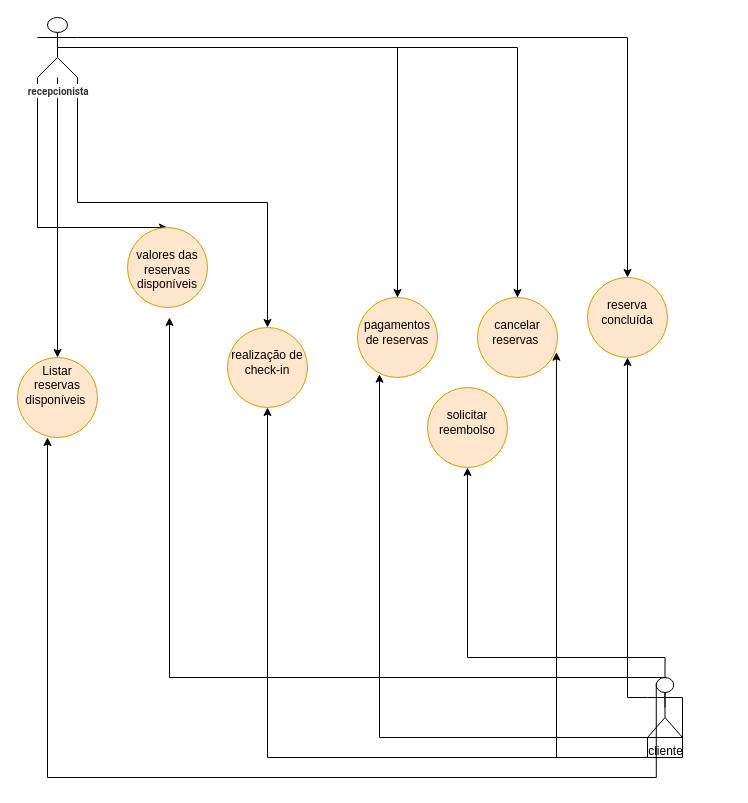
This is page "Página-3" (3 of 7) of Diagrama sem nome.drawio from Thallys28/diagramasderequisitos, a draw.io file, before an edit. Source tidied: cells renumbered, new cells numbered last; positions are measured from the earlier drawing's top-left corner, leaving out a move shared by most shapes. Both pictures are drawn from the tidied source at 100%, with x=0, y=0 at pixel (17, 17).
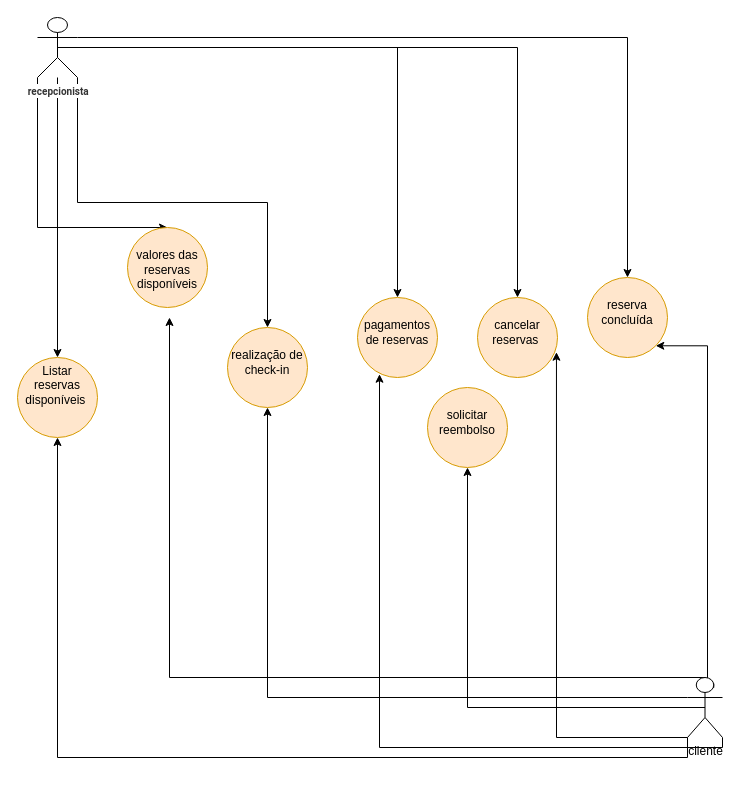
The same page after the edit.

The change refers to these unchanged cells:
```xml
<mxCell id="15" value="Listar reservas disponíveis&amp;nbsp;" style="ellipse;whiteSpace=wrap;html=1;verticalAlign=top;fillColor=#ffe6cc;strokeColor=#d79b00;" parent="1" vertex="1">
  <mxGeometry y="340" width="80" height="80" as="geometry" />
</mxCell>
<mxCell id="17" value="&lt;div&gt;&lt;br&gt;&lt;/div&gt;pagamentos de reservas" style="ellipse;whiteSpace=wrap;html=1;verticalAlign=top;fillColor=#ffe6cc;strokeColor=#d79b00;" parent="1" vertex="1">
  <mxGeometry x="340" y="280" width="80" height="80" as="geometry" />
</mxCell>
<mxCell id="18" value="&amp;nbsp;&lt;div&gt;realização de check-in&lt;/div&gt;" style="ellipse;whiteSpace=wrap;html=1;verticalAlign=top;fillColor=#ffe6cc;strokeColor=#d79b00;" parent="1" vertex="1">
  <mxGeometry x="210" y="310" width="80" height="80" as="geometry" />
</mxCell>
<mxCell id="19" value="&lt;div&gt;&lt;br&gt;&lt;/div&gt;solicitar reembolso" style="ellipse;whiteSpace=wrap;html=1;verticalAlign=top;fillColor=#ffe6cc;strokeColor=#d79b00;" parent="1" vertex="1">
  <mxGeometry x="410" y="370" width="80" height="80" as="geometry" />
</mxCell>
<mxCell id="20" value="&lt;div&gt;&lt;br&gt;&lt;/div&gt;reserva concluída" style="ellipse;whiteSpace=wrap;html=1;verticalAlign=top;fillColor=#ffe6cc;strokeColor=#d79b00;" parent="1" vertex="1">
  <mxGeometry x="570" y="260" width="80" height="80" as="geometry" />
</mxCell>
<mxCell id="21" value="&lt;div&gt;&lt;br&gt;&lt;/div&gt;cancelar reservas&amp;nbsp;" style="ellipse;whiteSpace=wrap;html=1;verticalAlign=top;fillColor=#ffe6cc;strokeColor=#d79b00;" parent="1" vertex="1">
  <mxGeometry x="460" y="280" width="80" height="80" as="geometry" />
</mxCell>
```

Diff of the diagram source:
```diff
@@
-    <mxCell id="9" style="edgeStyle=orthogonalEdgeStyle;rounded=0;jettySize=auto;html=1;exitX=0.25;exitY=0.1;exitDx=0;exitDy=0;exitPerimeter=0;entryX=0.375;entryY=1;entryDx=0;entryDy=0;entryPerimeter=0;" parent="1" edge="1" source="14" target="15">
-      <mxGeometry relative="1" as="geometry">
-        <Array as="points">
-          <mxPoint x="639" y="760" />
-          <mxPoint x="30" y="760" />
-        </Array>
-      </mxGeometry>
-    </mxCell>
@@
-    <mxCell id="11" style="edgeStyle=orthogonalEdgeStyle;rounded=0;jettySize=auto;html=1;exitX=1;exitY=0.3333333333333333;exitDx=0;exitDy=0;exitPerimeter=0;entryX=0.5;entryY=1;entryDx=0;entryDy=0;" parent="1" edge="1" source="14" target="18">
-      <mxGeometry relative="1" as="geometry">
-        <Array as="points">
-          <mxPoint x="665" y="740" />
-          <mxPoint x="250" y="740" />
-        </Array>
-      </mxGeometry>
-    </mxCell>
     <mxCell id="12" style="edgeStyle=orthogonalEdgeStyle;rounded=0;jettySize=auto;html=1;exitX=0.5;exitY=0.5;exitDx=0;exitDy=0;exitPerimeter=0;" parent="1" edge="1" source="14" target="19">
       <mxGeometry relative="1" as="geometry">
         <Array as="points">
-          <mxPoint x="648" y="640" />
-          <mxPoint x="450" y="640" />
+          <mxPoint x="450" y="690" />
         </Array>
       </mxGeometry>
     </mxCell>
-    <mxCell id="13" style="edgeStyle=orthogonalEdgeStyle;rounded=0;jettySize=auto;html=1;exitX=0;exitY=0.3333333333333333;exitDx=0;exitDy=0;exitPerimeter=0;entryX=0.5;entryY=1;entryDx=0;entryDy=0;" parent="1" edge="1" source="14" target="20">
-      <mxGeometry relative="1" as="geometry" />
+    <mxCell id="13" style="edgeStyle=orthogonalEdgeStyle;rounded=0;jettySize=auto;html=1;entryX=1;entryY=1;entryDx=0;entryDy=0;exitX=0.75;exitY=0.1;exitDx=0;exitDy=0;exitPerimeter=0;" parent="1" edge="1" source="14" target="20">
+      <mxGeometry relative="1" as="geometry">
+        <Array as="points">
+          <mxPoint x="696" y="670" />
+          <mxPoint x="690" y="670" />
+          <mxPoint x="690" y="328" />
+        </Array>
+      </mxGeometry>
     </mxCell>
+    <mxCell id="11" style="edgeStyle=orthogonalEdgeStyle;rounded=0;jettySize=auto;html=1;exitX=0;exitY=0.3333333333333333;exitDx=0;exitDy=0;exitPerimeter=0;entryX=0.5;entryY=1;entryDx=0;entryDy=0;" parent="1" edge="1" source="14" target="18">
+      <mxGeometry relative="1" as="geometry" />
+    </mxCell>
+    <mxCell id="9" style="edgeStyle=orthogonalEdgeStyle;rounded=0;jettySize=auto;html=1;exitX=0;exitY=1;exitDx=0;exitDy=0;exitPerimeter=0;entryX=0.5;entryY=1;entryDx=0;entryDy=0;" parent="1" edge="1" source="14" target="15">
+      <mxGeometry relative="1" as="geometry" />
+    </mxCell>
     <mxCell id="14" value="cliente" style="shape=umlActor;verticalLabelPosition=bottom;verticalAlign=top;html=1;outlineConnect=0;" parent="1" vertex="1">
-      <mxGeometry x="630" y="660" width="35" height="60" as="geometry" />
+      <mxGeometry x="670" y="660" width="35" height="60" as="geometry" />
     </mxCell>
@@
     <mxCell id="22" style="edgeStyle=orthogonalEdgeStyle;rounded=0;jettySize=auto;html=1;exitX=1;exitY=1;exitDx=0;exitDy=0;exitPerimeter=0;entryX=0.275;entryY=0.959;entryDx=0;entryDy=0;entryPerimeter=0;" parent="1" edge="1" source="14" target="17">
       <mxGeometry relative="1" as="geometry">
         <Array as="points">
-          <mxPoint x="362" y="720" />
+          <mxPoint x="705" y="730" />
+          <mxPoint x="362" y="730" />
         </Array>
       </mxGeometry>
     </mxCell>
     <mxCell id="23" style="edgeStyle=orthogonalEdgeStyle;rounded=0;jettySize=auto;html=1;exitX=0;exitY=1;exitDx=0;exitDy=0;exitPerimeter=0;entryX=0.987;entryY=0.684;entryDx=0;entryDy=0;entryPerimeter=0;" parent="1" edge="1" source="14" target="21">
       <mxGeometry relative="1" as="geometry">
         <Array as="points">
-          <mxPoint x="630" y="740" />
-          <mxPoint x="539" y="740" />
+          <mxPoint x="539" y="720" />
         </Array>
       </mxGeometry>
     </mxCell>
```
